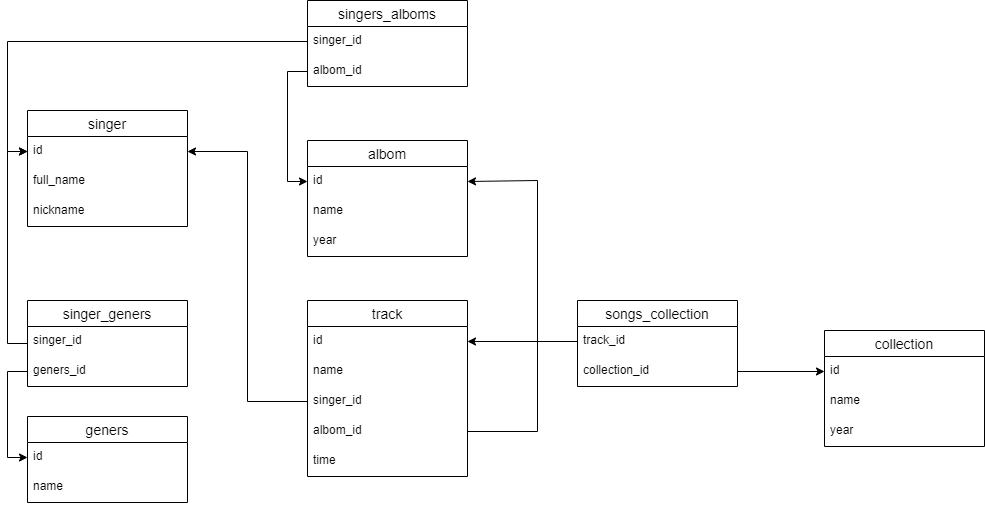
This is Схема.png from Garbuzenko/homework_db2, a draw.io export, as it was before one commit. Source tidied: cells renumbered, new cells last; positions are measured from the earlier drawing's top-left corner, leaving out a move shared by most shapes.
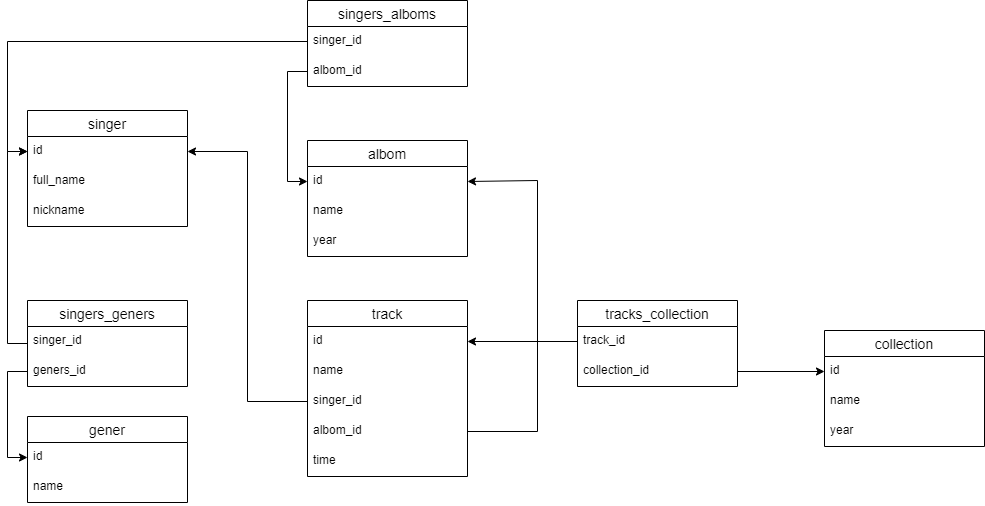
After the change.

The edit, as a diff of the source:
```diff
@@ -55,7 +55,7 @@
         </Array>
       </mxGeometry>
     </mxCell>
-    <mxCell id="18" value="geners" style="swimlane;fontStyle=0;horizontal=1;startSize=26;align=center;fontSize=14;" parent="1" vertex="1">
+    <mxCell id="18" value="gener" style="swimlane;fontStyle=0;horizontal=1;startSize=26;align=center;fontSize=14;" parent="1" vertex="1">
       <mxGeometry x="20" y="416" width="160" height="86" as="geometry" />
     </mxCell>
     <mxCell id="19" value="id" style="text;strokeColor=none;fillColor=none;spacingLeft=4;spacingRight=4;overflow=hidden;points=[[0,0.5],[1,0.5]];portConstraint=eastwest;fontSize=12;" parent="18" vertex="1">
@@ -76,7 +76,7 @@
     <mxCell id="24" value="year" style="text;strokeColor=none;fillColor=none;spacingLeft=4;spacingRight=4;overflow=hidden;fontSize=12;" parent="21" vertex="1">
       <mxGeometry y="86" width="160" height="30" as="geometry" />
     </mxCell>
-    <mxCell id="25" value="songs_collection" style="swimlane;fontStyle=0;horizontal=1;startSize=26;align=center;fontSize=14;" parent="1" vertex="1">
+    <mxCell id="25" value="tracks_collection" style="swimlane;fontStyle=0;horizontal=1;startSize=26;align=center;fontSize=14;" parent="1" vertex="1">
       <mxGeometry x="570" y="300" width="160" height="86" as="geometry" />
     </mxCell>
     <mxCell id="26" value="track_id" style="text;strokeColor=none;fillColor=none;spacingLeft=4;spacingRight=4;overflow=hidden;points=[[0,0.5],[1,0.5]];portConstraint=eastwest;fontSize=12;" parent="25" vertex="1">
@@ -99,7 +99,7 @@
         </Array>
       </mxGeometry>
     </mxCell>
-    <mxCell id="31" value="singer_geners" style="swimlane;fontStyle=0;horizontal=1;startSize=26;align=center;fontSize=14;" parent="1" vertex="1">
+    <mxCell id="31" value="singers_geners" style="swimlane;fontStyle=0;horizontal=1;startSize=26;align=center;fontSize=14;" parent="1" vertex="1">
       <mxGeometry x="20" y="300" width="160" height="86" as="geometry" />
     </mxCell>
     <mxCell id="32" value="singer_id" style="text;strokeColor=none;fillColor=none;spacingLeft=4;spacingRight=4;overflow=hidden;fontSize=12;" parent="31" vertex="1">
```
